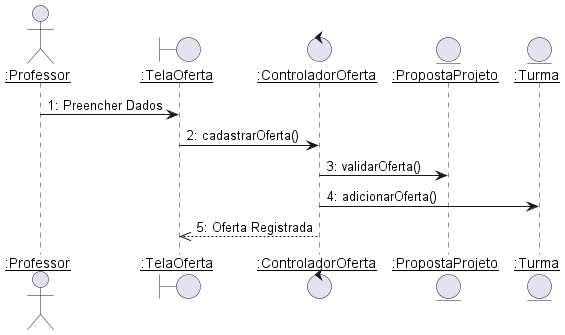
Earlier version of the PlantUML export diagramas/sequencia/oferta_projeto.png (Pedro-V/projetorium). Its diagram source:
```plantuml
@startuml oferta_projeto
skinparam sequenceParticipant underline

actor ":Professor" as Professor
boundary ":TelaOferta" as TelaOferta
control ":ControladorOferta" as ControladorOferta
entity ":PropostaProjeto" as PropostaProjeto
entity ":Turma" as Turma

Professor -> TelaOferta :1: Preencher Dados
TelaOferta -> ControladorOferta :2: cadastrarOferta()
ControladorOferta -> PropostaProjeto :3: validarOferta()
ControladorOferta -> Turma : 4: adicionarOferta()

ControladorOferta -->> TelaOferta --: 5: Oferta Registrada
@enduml
```
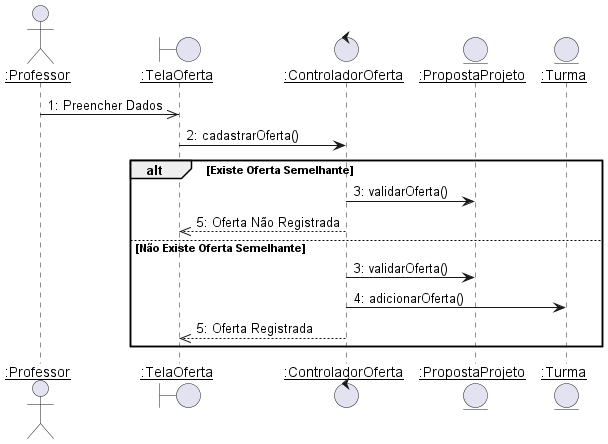
After the change.

Commit message:
Add Fluxo Alternativo

Diff of the diagram source:
```diff
@@ -7,10 +7,15 @@
 entity ":PropostaProjeto" as PropostaProjeto
 entity ":Turma" as Turma
 
-Professor -> TelaOferta :1: Preencher Dados
+Professor ->> TelaOferta :1: Preencher Dados
 TelaOferta -> ControladorOferta :2: cadastrarOferta()
-ControladorOferta -> PropostaProjeto :3: validarOferta()
-ControladorOferta -> Turma : 4: adicionarOferta()
 
-ControladorOferta -->> TelaOferta --: 5: Oferta Registrada
+alt Existe Oferta Semelhante
+    ControladorOferta -> PropostaProjeto :3: validarOferta()
+    ControladorOferta -->> TelaOferta --: 5: Oferta Não Registrada
+else Não Existe Oferta Semelhante
+    ControladorOferta -> PropostaProjeto :3: validarOferta()
+    ControladorOferta -> Turma : 4: adicionarOferta()
+    ControladorOferta -->> TelaOferta --: 5: Oferta Registrada
+end
 @enduml
```
